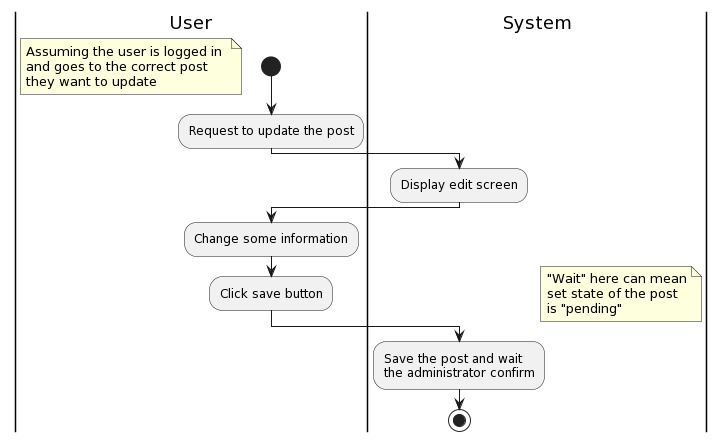
The PlantUML diagram Lab 1.2/img/activity/update-post.png in doublek2712/SE357-Pratice-class, before a commit.
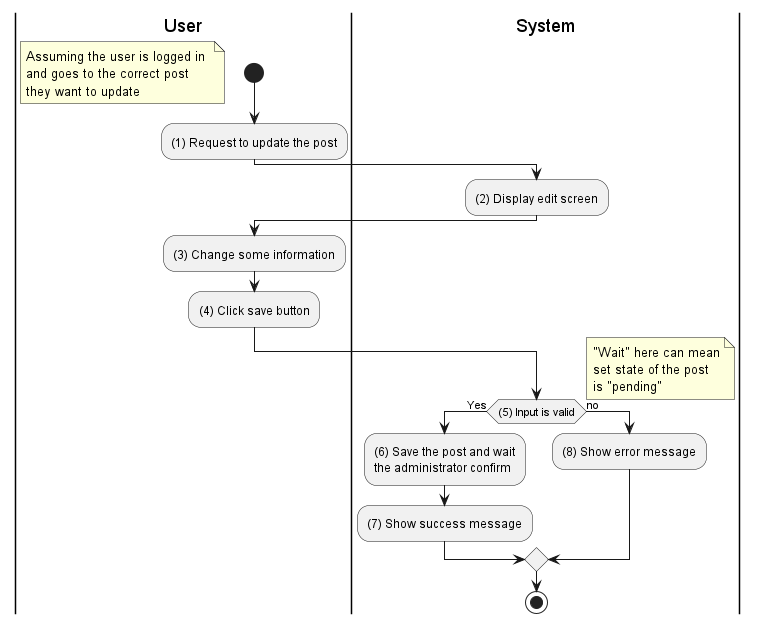
The same diagram one commit later.

Change to the diagram source:
```diff
@@ -6,19 +6,25 @@
 and goes to the correct post
 they want to update
 end note
-:Request to update the post;
+:(1) Request to update the post;
 |System|
-:Display edit screen;
+:(2) Display edit screen;
 |User|
-:Change some information;
-:Click save button;
+:(3) Change some information;
+:(4) Click save button;
 |System|
+if ((5) Input is valid) then (Yes)
+
 floating note right
 "Wait" here can mean
 set state of the post
 is "pending"
 end note
-:Save the post and wait
+:(6) Save the post and wait
 the administrator confirm;
+:(7) Show success message;
+else (no)
+:(8) Show error message;
+endif
 stop
 @enduml
```
